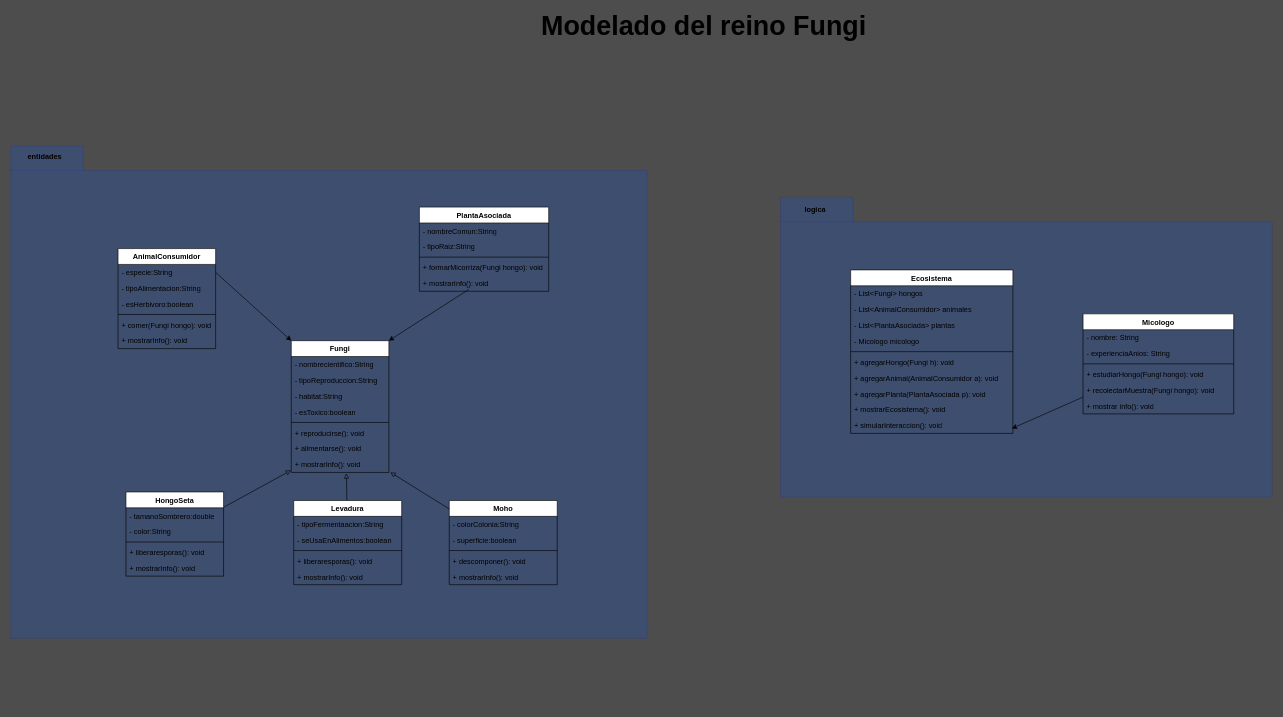
IngeRoman/reinofungi_G4 keeps this draw.io diagram as desing/modelado.drawio. Above is the earlier version. Source tidied: cells renumbered, new cells numbered last; positions are measured from the earlier drawing's top-left corner, leaving out a move shared by most shapes. Both pictures are drawn from the tidied source at 61%, with x=0, y=0 at pixel (10, 17).
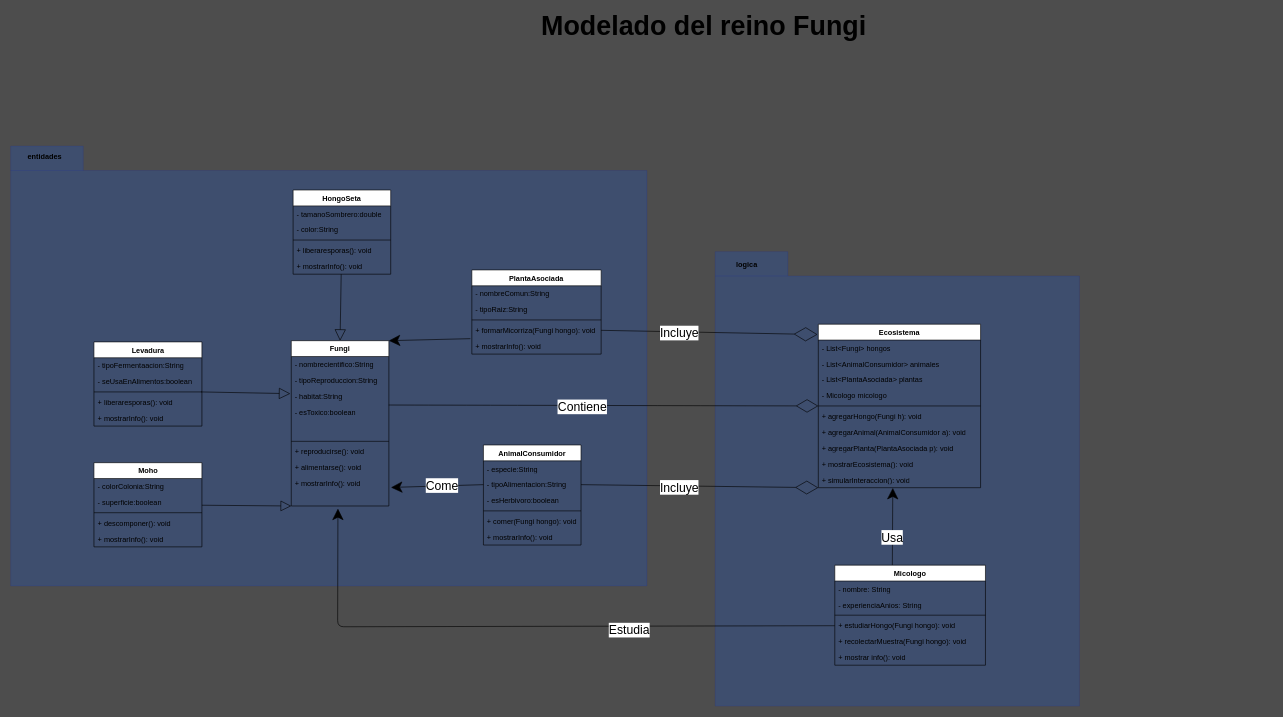
The same page after the edit.

Unchanged cells that the change refers to:
```xml
<mxCell id="7" value="- habitat:String" style="text;strokeColor=none;fillColor=none;align=left;verticalAlign=top;spacingLeft=4;spacingRight=4;overflow=hidden;points=[[0,0.5],[1,0.5]];portConstraint=eastwest;whiteSpace=wrap;html=1;" parent="4" vertex="1">
  <mxGeometry y="78" width="160" height="26" as="geometry" />
</mxCell>
<mxCell id="23" style="line;strokeWidth=1;fillColor=none;align=left;verticalAlign=middle;spacingTop=-1;spacingLeft=3;spacingRight=3;labelPosition=right;points=[];portConstraint=eastwest;strokeColor=inherit;" parent="20" vertex="1">
  <mxGeometry y="78" width="177" height="8" as="geometry" />
</mxCell>
<mxCell id="35" value="- especie:String" style="text;strokeColor=none;fillColor=none;align=left;verticalAlign=top;spacingLeft=4;spacingRight=4;overflow=hidden;points=[[0,0.5],[1,0.5]];portConstraint=eastwest;whiteSpace=wrap;html=1;" parent="34" vertex="1">
  <mxGeometry y="26" width="160" height="26" as="geometry" />
</mxCell>
<mxCell id="36" value="- tipoAlimentacion:String" style="text;strokeColor=none;fillColor=none;align=left;verticalAlign=top;spacingLeft=4;spacingRight=4;overflow=hidden;points=[[0,0.5],[1,0.5]];portConstraint=eastwest;whiteSpace=wrap;html=1;" parent="34" vertex="1">
  <mxGeometry y="52" width="160" height="26" as="geometry" />
</mxCell>
<mxCell id="47" value="+ formarMicorriza(Fungi hongo): void" style="text;strokeColor=none;fillColor=none;align=left;verticalAlign=top;spacingLeft=4;spacingRight=4;overflow=hidden;points=[[0,0.5],[1,0.5]];portConstraint=eastwest;whiteSpace=wrap;html=1;" parent="43" vertex="1">
  <mxGeometry y="86" width="212" height="26" as="geometry" />
</mxCell>
<mxCell id="48" value="+ mostrarInfo(): void" style="text;strokeColor=none;fillColor=none;align=left;verticalAlign=top;spacingLeft=4;spacingRight=4;overflow=hidden;points=[[0,0.5],[1,0.5]];portConstraint=eastwest;whiteSpace=wrap;html=1;" parent="43" vertex="1">
  <mxGeometry y="112" width="212" height="26" as="geometry" />
</mxCell>
<mxCell id="61" value="+ simularInteraccion(): void" style="text;strokeColor=none;fillColor=none;align=left;verticalAlign=top;spacingLeft=4;spacingRight=4;overflow=hidden;points=[[0,0.5],[1,0.5]];portConstraint=eastwest;whiteSpace=wrap;html=1;" parent="51" vertex="1">
  <mxGeometry y="242" width="266" height="26" as="geometry" />
</mxCell>
<mxCell id="68" value="+ estudiarHongo(Fungi hongo): void" style="text;strokeColor=none;fillColor=none;align=left;verticalAlign=top;spacingLeft=4;spacingRight=4;overflow=hidden;points=[[0,0.5],[1,0.5]];portConstraint=eastwest;whiteSpace=wrap;html=1;" parent="64" vertex="1">
  <mxGeometry y="86" width="247" height="26" as="geometry" />
</mxCell>
```

Change to the diagram source:
```diff
@@
     <mxCell id="2" style="shape=folder;fontStyle=1;spacingTop=10;tabWidth=119;tabHeight=40;tabPosition=left;html=1;whiteSpace=wrap;fillColor=#0050ef;fontColor=#ffffff;strokeColor=#001DBC;opacity=20;" parent="1" vertex="1">
-      <mxGeometry y="211" width="1043" height="807" as="geometry" />
+      <mxGeometry y="211" width="1043" height="721" as="geometry" />
     </mxCell>
@@
     <mxCell id="4" value="Fungi" style="swimlane;fontStyle=1;align=center;verticalAlign=top;horizontal=1;startSize=26;whiteSpace=wrap;html=1;" parent="1" vertex="1">
-      <mxGeometry x="460" y="530" width="160" height="216" as="geometry" />
+      <mxGeometry x="460" y="530" width="160" height="271" as="geometry" />
     </mxCell>
@@
     <mxCell id="8" value="- esToxico:boolean" style="text;strokeColor=none;fillColor=none;align=left;verticalAlign=top;spacingLeft=4;spacingRight=4;overflow=hidden;points=[[0,0.5],[1,0.5]];portConstraint=eastwest;whiteSpace=wrap;html=1;" parent="4" vertex="1">
-      <mxGeometry y="104" width="160" height="26" as="geometry" />
+      <mxGeometry y="104" width="160" height="57" as="geometry" />
     </mxCell>
     <mxCell id="9" style="line;strokeWidth=1;fillColor=none;align=left;verticalAlign=middle;spacingTop=-1;spacingLeft=3;spacingRight=3;labelPosition=right;strokeColor=inherit;" parent="4" vertex="1">
-      <mxGeometry y="130" width="160" height="8" as="geometry" />
+      <mxGeometry y="161" width="160" height="8" as="geometry" />
     </mxCell>
     <mxCell id="10" value="+ reproducirse(): void" style="text;strokeColor=none;fillColor=none;align=left;verticalAlign=top;spacingLeft=4;spacingRight=4;overflow=hidden;whiteSpace=wrap;html=1;" parent="4" vertex="1">
-      <mxGeometry y="138" width="160" height="26" as="geometry" />
+      <mxGeometry y="169" width="160" height="26" as="geometry" />
     </mxCell>
     <mxCell id="11" value="+ alimentarse(): void" style="text;strokeColor=none;fillColor=none;align=left;verticalAlign=top;spacingLeft=4;spacingRight=4;overflow=hidden;whiteSpace=wrap;html=1;" parent="4" vertex="1">
-      <mxGeometry y="164" width="160" height="26" as="geometry" />
+      <mxGeometry y="195" width="160" height="26" as="geometry" />
     </mxCell>
     <mxCell id="12" value="+ mostrarInfo(): void" style="text;strokeColor=none;fillColor=none;align=left;verticalAlign=top;spacingLeft=4;spacingRight=4;overflow=hidden;points=[[0,0.5],[1,0.5]];portConstraint=eastwest;whiteSpace=wrap;html=1;" parent="4" vertex="1">
-      <mxGeometry y="190" width="160" height="26" as="geometry" />
+      <mxGeometry y="221" width="160" height="50" as="geometry" />
     </mxCell>
-    <mxCell id="13" style="edgeStyle=none;html=1;entryX=-0.002;entryY=0.868;entryDx=0;entryDy=0;entryPerimeter=0;endArrow=block;endFill=0;" parent="1" edge="1" source="14" target="12">
+    <mxCell id="13" style="edgeStyle=none;html=1;endArrow=block;endFill=0;entryX=0.5;entryY=0;entryDx=0;entryDy=0;endSize=16;" parent="1" edge="1" source="14" target="4">
       <mxGeometry relative="1" as="geometry" />
     </mxCell>
     <mxCell id="14" value="HongoSeta" style="swimlane;fontStyle=1;align=center;verticalAlign=top;horizontal=1;startSize=26;whiteSpace=wrap;html=1;" parent="1" vertex="1">
-      <mxGeometry x="189" y="778" width="160" height="138" as="geometry" />
+      <mxGeometry x="463" y="283" width="160" height="138" as="geometry" />
     </mxCell>
@@
     <mxCell id="20" value="Levadura" style="swimlane;fontStyle=1;align=center;verticalAlign=top;horizontal=1;startSize=26;whiteSpace=wrap;html=1;" parent="1" vertex="1">
-      <mxGeometry x="464" y="792" width="177" height="138" as="geometry" />
+      <mxGeometry x="136.5" y="532" width="177" height="138" as="geometry" />
     </mxCell>
@@
-    <mxCell id="26" style="edgeStyle=none;html=1;entryX=0.565;entryY=1.058;entryDx=0;entryDy=0;entryPerimeter=0;endArrow=block;endFill=0;" parent="1" edge="1" source="20" target="12">
+    <mxCell id="26" style="edgeStyle=none;html=1;endArrow=block;endFill=0;exitX=0.992;exitY=0.5;exitDx=0;exitDy=0;exitPerimeter=0;endSize=16;entryX=-0.01;entryY=0.34;entryDx=0;entryDy=0;entryPerimeter=0;" parent="1" edge="1" source="23" target="7">
       <mxGeometry relative="1" as="geometry" />
     </mxCell>
     <mxCell id="27" value="Moho" style="swimlane;fontStyle=1;align=center;verticalAlign=top;horizontal=1;startSize=26;whiteSpace=wrap;html=1;" parent="1" vertex="1">
-      <mxGeometry x="719" y="792" width="177" height="138" as="geometry" />
+      <mxGeometry x="136.5" y="730" width="177" height="138" as="geometry" />
     </mxCell>
@@
-    <mxCell id="33" style="edgeStyle=none;html=1;entryX=1.016;entryY=0.994;entryDx=0;entryDy=0;entryPerimeter=0;endArrow=block;endFill=0;" parent="1" edge="1" source="27" target="12">
+    <mxCell id="33" style="edgeStyle=none;html=1;entryX=0;entryY=1;entryDx=0;entryDy=0;endArrow=block;endFill=0;endSize=15;" parent="1" edge="1" source="27" target="4">
       <mxGeometry relative="1" as="geometry" />
     </mxCell>
     <mxCell id="34" value="AnimalConsumidor" style="swimlane;fontStyle=1;align=center;verticalAlign=top;horizontal=1;startSize=26;whiteSpace=wrap;html=1;" parent="1" vertex="1">
-      <mxGeometry x="176" y="379" width="160" height="164" as="geometry" />
+      <mxGeometry x="775" y="701" width="160" height="164" as="geometry" />
     </mxCell>
@@
-    <mxCell id="41" style="edgeStyle=none;html=1;exitX=1;exitY=0.5;exitDx=0;exitDy=0;entryX=0;entryY=0;entryDx=0;entryDy=0;" parent="1" edge="1" source="35" target="4">
-      <mxGeometry relative="1" as="geometry" />
-    </mxCell>
-    <mxCell id="42" style="edgeStyle=none;html=1;entryX=1;entryY=0;entryDx=0;entryDy=0;exitX=0.382;exitY=0.885;exitDx=0;exitDy=0;exitPerimeter=0;" parent="1" edge="1" source="48" target="4">
+    <mxCell id="42" style="edgeStyle=none;html=1;entryX=1;entryY=0;entryDx=0;entryDy=0;exitX=-0.011;exitY=0.026;exitDx=0;exitDy=0;exitPerimeter=0;endSize=16;" parent="1" edge="1" source="48" target="4">
       <mxGeometry relative="1" as="geometry" />
     </mxCell>
     <mxCell id="43" value="PlantaAsociada" style="swimlane;fontStyle=1;align=center;verticalAlign=top;horizontal=1;startSize=26;whiteSpace=wrap;html=1;" parent="1" vertex="1">
-      <mxGeometry x="670" y="311" width="212" height="138" as="geometry" />
+      <mxGeometry x="756" y="414" width="212" height="138" as="geometry" />
     </mxCell>
@@
     <mxCell id="49" style="shape=folder;fontStyle=1;spacingTop=10;tabWidth=119;tabHeight=40;tabPosition=left;html=1;whiteSpace=wrap;fillColor=#0050ef;fontColor=#ffffff;strokeColor=#001DBC;opacity=20;" parent="1" vertex="1">
-      <mxGeometry x="1262" y="295" width="806" height="491" as="geometry" />
+      <mxGeometry x="1155" y="384" width="597" height="745" as="geometry" />
     </mxCell>
@@
     <mxCell id="51" value="Ecosistema" style="swimlane;fontStyle=1;align=center;verticalAlign=top;horizontal=1;startSize=26;whiteSpace=wrap;html=1;" parent="1" vertex="1">
-      <mxGeometry x="1377" y="414" width="266" height="268" as="geometry" />
+      <mxGeometry x="1324" y="503" width="266" height="268" as="geometry" />
     </mxCell>
@@
     <mxCell id="62" value="logica" style="text;html=1;align=center;verticalAlign=middle;whiteSpace=wrap;rounded=0;fontStyle=1;" parent="1" vertex="1">
-      <mxGeometry x="1289" y="301" width="60" height="30" as="geometry" />
+      <mxGeometry x="1177" y="391" width="60" height="30" as="geometry" />
     </mxCell>
-    <mxCell id="63" style="edgeStyle=none;html=1;entryX=0.994;entryY=0.688;entryDx=0;entryDy=0;entryPerimeter=0;" parent="1" edge="1" source="64" target="61">
+    <mxCell id="63" style="edgeStyle=none;html=1;entryX=0.459;entryY=1.017;entryDx=0;entryDy=0;entryPerimeter=0;endSize=16;exitX=0.382;exitY=-0.001;exitDx=0;exitDy=0;exitPerimeter=0;" parent="1" edge="1" source="64" target="61">
       <mxGeometry relative="1" as="geometry" />
     </mxCell>
+    <mxCell id="71" value="Usa" style="edgeLabel;html=1;align=center;verticalAlign=middle;fontSize=20;" parent="63" vertex="1">
+      <mxGeometry x="-0.38" y="2" relative="1" as="geometry">
+        <mxPoint x="1" y="-7" as="offset" />
+      </mxGeometry>
+    </mxCell>
     <mxCell id="64" value="Micologo" style="swimlane;fontStyle=1;align=center;verticalAlign=top;horizontal=1;startSize=26;whiteSpace=wrap;html=1;" parent="1" vertex="1">
-      <mxGeometry x="1758" y="486" width="247" height="164" as="geometry" />
+      <mxGeometry x="1351" y="898" width="247" height="164" as="geometry" />
     </mxCell>
@@
+    <mxCell id="72" style="edgeStyle=none;html=1;exitX=1;exitY=0.5;exitDx=0;exitDy=0;entryX=-0.005;entryY=0.063;entryDx=0;entryDy=0;entryPerimeter=0;endArrow=diamondThin;endFill=0;endSize=36;" parent="1" edge="1" source="47" target="51">
+      <mxGeometry relative="1" as="geometry" />
+    </mxCell>
+    <mxCell id="73" value="Incluye" style="edgeLabel;html=1;align=center;verticalAlign=middle;fontSize=20;" parent="72" vertex="1">
+      <mxGeometry x="-0.28" y="-1" relative="1" as="geometry" />
+    </mxCell>
+    <mxCell id="74" style="edgeStyle=none;html=1;entryX=1.022;entryY=0.392;entryDx=0;entryDy=0;entryPerimeter=0;endSize=16;exitX=0;exitY=0.5;exitDx=0;exitDy=0;" parent="1" edge="1" source="36" target="12">
+      <mxGeometry relative="1" as="geometry" />
+    </mxCell>
+    <mxCell id="75" value="Come" style="edgeLabel;html=1;align=center;verticalAlign=middle;fontSize=20;" parent="74" vertex="1">
+      <mxGeometry x="-0.12" y="-2" relative="1" as="geometry">
+        <mxPoint x="-1" as="offset" />
+      </mxGeometry>
+    </mxCell>
+    <mxCell id="76" style="edgeStyle=none;html=1;entryX=0;entryY=1;entryDx=0;entryDy=0;endSize=35;endArrow=diamondThin;endFill=0;exitX=1;exitY=0.5;exitDx=0;exitDy=0;" parent="1" edge="1" source="36" target="51">
+      <mxGeometry relative="1" as="geometry" />
+    </mxCell>
+    <mxCell id="77" value="Incluye" style="edgeLabel;html=1;align=center;verticalAlign=middle;fontSize=20;" parent="76" vertex="1">
+      <mxGeometry x="-0.09" relative="1" as="geometry">
+        <mxPoint x="-16" y="1" as="offset" />
+      </mxGeometry>
+    </mxCell>
+    <mxCell id="78" style="edgeStyle=none;html=1;entryX=0;entryY=0.5;entryDx=0;entryDy=0;endArrow=diamondThin;endFill=0;strokeWidth=1;rounded=0;curved=1;targetPerimeterSpacing=0;sourcePerimeterSpacing=0;endSize=34;exitX=0.998;exitY=0.026;exitDx=0;exitDy=0;exitPerimeter=0;" parent="1" edge="1" source="8" target="51">
+      <mxGeometry relative="1" as="geometry" />
+    </mxCell>
+    <mxCell id="79" value="Contiene" style="edgeLabel;html=1;align=center;verticalAlign=middle;fontSize=20;" parent="78" vertex="1">
+      <mxGeometry x="-0.1" y="-1" relative="1" as="geometry" />
+    </mxCell>
+    <mxCell id="80" style="edgeStyle=none;html=1;entryX=0.478;entryY=1.088;entryDx=0;entryDy=0;entryPerimeter=0;endSize=16;" parent="1" edge="1" source="68" target="12">
+      <mxGeometry relative="1" as="geometry">
+        <Array as="points">
+          <mxPoint x="536" y="999" />
+        </Array>
+      </mxGeometry>
+    </mxCell>
+    <mxCell id="81" value="Estudia" style="edgeLabel;html=1;align=center;verticalAlign=middle;fontSize=20;" parent="80" vertex="1">
+      <mxGeometry x="-0.33" y="6" relative="1" as="geometry" />
+    </mxCell>
```
